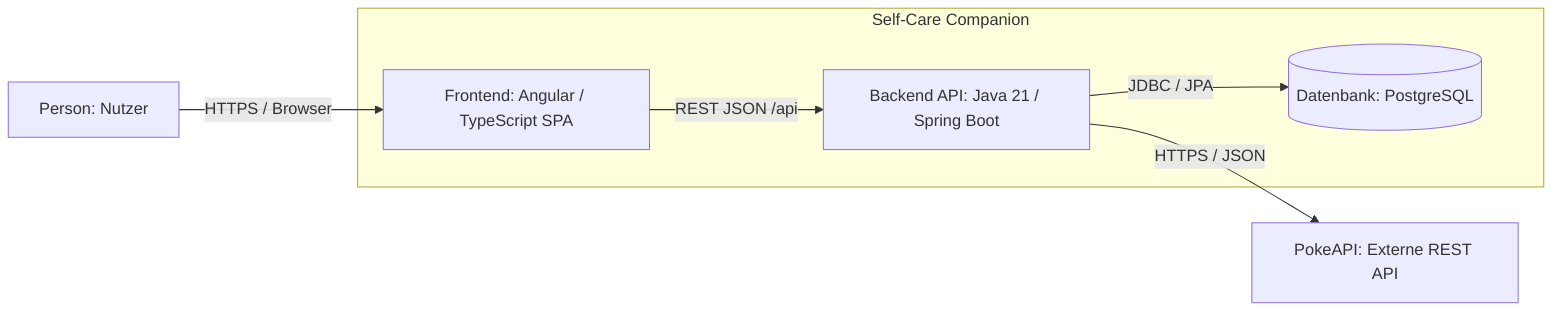
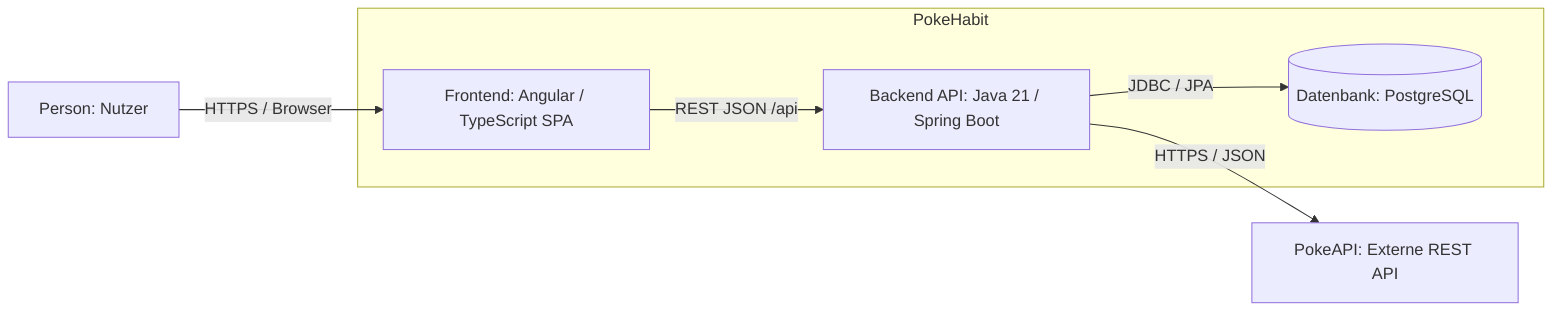
flowchart LR
    USER["Person: Nutzer"]

-     subgraph APP["Self-Care Companion"]
+     subgraph APP["PokeHabit"]
        FE["Frontend: Angular / TypeScript SPA"]
        BE["Backend API: Java 21 / Spring Boot"]
        DB[(Datenbank: PostgreSQL)]
    end

    POKEAPI["PokeAPI: Externe REST API"]

    USER -->|HTTPS / Browser| FE
    FE -->|REST JSON /api| BE
    BE -->|JDBC / JPA| DB
    BE -->|HTTPS / JSON| POKEAPI
